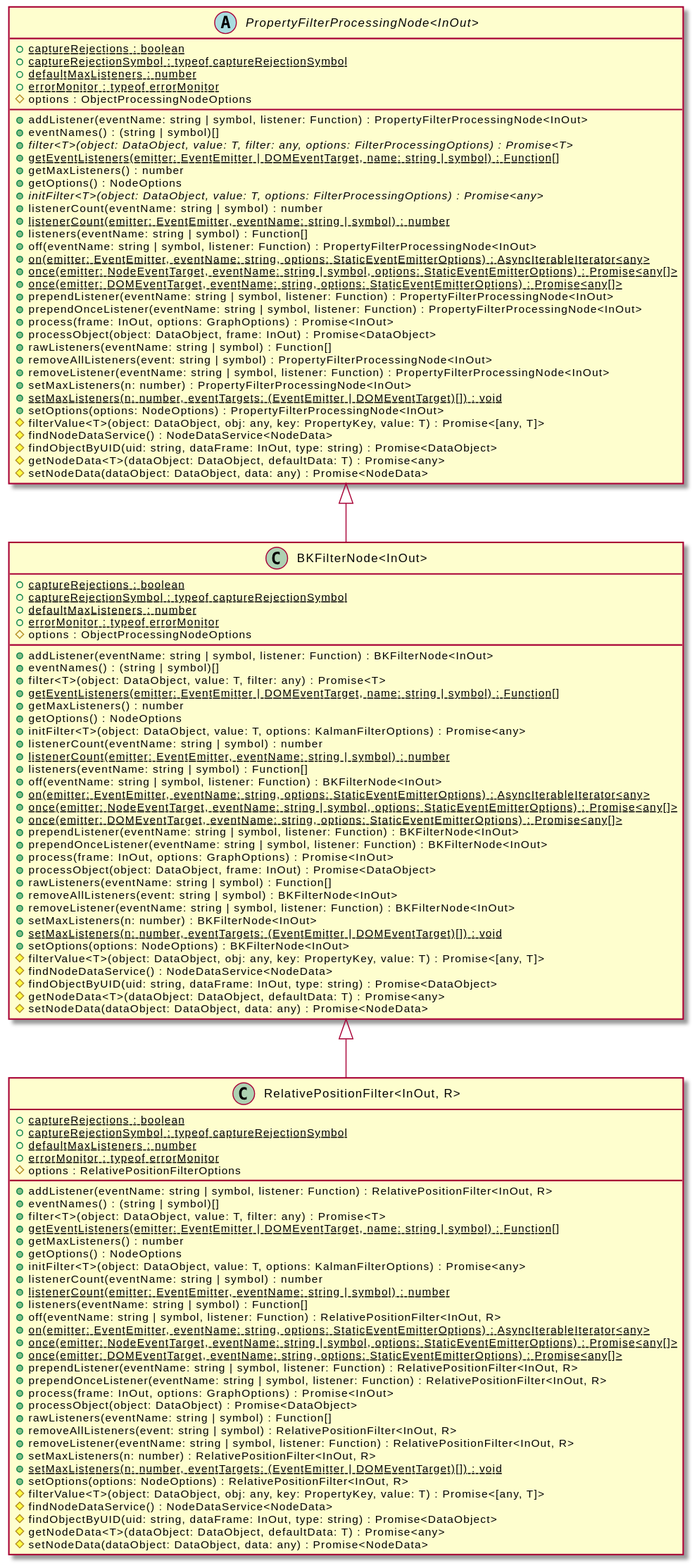
Earlier version of the PlantUML export assets/BKFilterNode-umlClassDiagram-13553.svg (OpenHPS/openhps-core). The source it was exported from:
```plantuml
@startuml
skinparam BackgroundColor transparent
hide empty methods
hide empty fields
class "BKFilterNode<InOut>" {
    {static} +captureRejections : boolean
    {static} +captureRejectionSymbol : typeof captureRejectionSymbol
    {static} +defaultMaxListeners : number
    {static} +errorMonitor : typeof errorMonitor
    #options : ObjectProcessingNodeOptions
    +addListener(eventName: string | symbol, listener: Function) : BKFilterNode<InOut>
    +eventNames() : (string | symbol)[]
    +filter<T>(object: DataObject, value: T, filter: any) : Promise<T>
    {static} +getEventListeners(emitter: EventEmitter | DOMEventTarget, name: string | symbol) : Function[]
    +getMaxListeners() : number
    +getOptions() : NodeOptions
    +initFilter<T>(object: DataObject, value: T, options: KalmanFilterOptions) : Promise<any>
    +listenerCount(eventName: string | symbol) : number
    {static} +listenerCount(emitter: EventEmitter, eventName: string | symbol) : number
    +listeners(eventName: string | symbol) : Function[]
    +off(eventName: string | symbol, listener: Function) : BKFilterNode<InOut>
    {static} +on(emitter: EventEmitter, eventName: string, options: StaticEventEmitterOptions) : AsyncIterableIterator<any>
    {static} +once(emitter: NodeEventTarget, eventName: string | symbol, options: StaticEventEmitterOptions) : Promise<any[]>
    {static} +once(emitter: DOMEventTarget, eventName: string, options: StaticEventEmitterOptions) : Promise<any[]>
    +prependListener(eventName: string | symbol, listener: Function) : BKFilterNode<InOut>
    +prependOnceListener(eventName: string | symbol, listener: Function) : BKFilterNode<InOut>
    +process(frame: InOut, options: GraphOptions) : Promise<InOut>
    +processObject(object: DataObject, frame: InOut) : Promise<DataObject>
    +rawListeners(eventName: string | symbol) : Function[]
    +removeAllListeners(event: string | symbol) : BKFilterNode<InOut>
    +removeListener(eventName: string | symbol, listener: Function) : BKFilterNode<InOut>
    +setMaxListeners(n: number) : BKFilterNode<InOut>
    {static} +setMaxListeners(n: number, eventTargets: (EventEmitter | DOMEventTarget)[]) : void
    +setOptions(options: NodeOptions) : BKFilterNode<InOut>
    #filterValue<T>(object: DataObject, obj: any, key: PropertyKey, value: T) : Promise<[any, T]>
    #findNodeDataService() : NodeDataService<NodeData>
    #findObjectByUID(uid: string, dataFrame: InOut, type: string) : Promise<DataObject>
    #getNodeData<T>(dataObject: DataObject, defaultData: T) : Promise<any>
    #setNodeData(dataObject: DataObject, data: any) : Promise<NodeData>
}
abstract class "PropertyFilterProcessingNode<InOut>" {
    {static} +captureRejections : boolean
    {static} +captureRejectionSymbol : typeof captureRejectionSymbol
    {static} +defaultMaxListeners : number
    {static} +errorMonitor : typeof errorMonitor
    #options : ObjectProcessingNodeOptions
    +addListener(eventName: string | symbol, listener: Function) : PropertyFilterProcessingNode<InOut>
    +eventNames() : (string | symbol)[]
    {abstract} +filter<T>(object: DataObject, value: T, filter: any, options: FilterProcessingOptions) : Promise<T>
    {static} +getEventListeners(emitter: EventEmitter | DOMEventTarget, name: string | symbol) : Function[]
    +getMaxListeners() : number
    +getOptions() : NodeOptions
    {abstract} +initFilter<T>(object: DataObject, value: T, options: FilterProcessingOptions) : Promise<any>
    +listenerCount(eventName: string | symbol) : number
    {static} +listenerCount(emitter: EventEmitter, eventName: string | symbol) : number
    +listeners(eventName: string | symbol) : Function[]
    +off(eventName: string | symbol, listener: Function) : PropertyFilterProcessingNode<InOut>
    {static} +on(emitter: EventEmitter, eventName: string, options: StaticEventEmitterOptions) : AsyncIterableIterator<any>
    {static} +once(emitter: NodeEventTarget, eventName: string | symbol, options: StaticEventEmitterOptions) : Promise<any[]>
    {static} +once(emitter: DOMEventTarget, eventName: string, options: StaticEventEmitterOptions) : Promise<any[]>
    +prependListener(eventName: string | symbol, listener: Function) : PropertyFilterProcessingNode<InOut>
    +prependOnceListener(eventName: string | symbol, listener: Function) : PropertyFilterProcessingNode<InOut>
    +process(frame: InOut, options: GraphOptions) : Promise<InOut>
    +processObject(object: DataObject, frame: InOut) : Promise<DataObject>
    +rawListeners(eventName: string | symbol) : Function[]
    +removeAllListeners(event: string | symbol) : PropertyFilterProcessingNode<InOut>
    +removeListener(eventName: string | symbol, listener: Function) : PropertyFilterProcessingNode<InOut>
    +setMaxListeners(n: number) : PropertyFilterProcessingNode<InOut>
    {static} +setMaxListeners(n: number, eventTargets: (EventEmitter | DOMEventTarget)[]) : void
    +setOptions(options: NodeOptions) : PropertyFilterProcessingNode<InOut>
    #filterValue<T>(object: DataObject, obj: any, key: PropertyKey, value: T) : Promise<[any, T]>
    #findNodeDataService() : NodeDataService<NodeData>
    #findObjectByUID(uid: string, dataFrame: InOut, type: string) : Promise<DataObject>
    #getNodeData<T>(dataObject: DataObject, defaultData: T) : Promise<any>
    #setNodeData(dataObject: DataObject, data: any) : Promise<NodeData>
}
"PropertyFilterProcessingNode<InOut>" <|-- "BKFilterNode<InOut>"
class "RelativePositionFilter<InOut, R>" {
    {static} +captureRejections : boolean
    {static} +captureRejectionSymbol : typeof captureRejectionSymbol
    {static} +defaultMaxListeners : number
    {static} +errorMonitor : typeof errorMonitor
    #options : RelativePositionFilterOptions
    +addListener(eventName: string | symbol, listener: Function) : RelativePositionFilter<InOut, R>
    +eventNames() : (string | symbol)[]
    +filter<T>(object: DataObject, value: T, filter: any) : Promise<T>
    {static} +getEventListeners(emitter: EventEmitter | DOMEventTarget, name: string | symbol) : Function[]
    +getMaxListeners() : number
    +getOptions() : NodeOptions
    +initFilter<T>(object: DataObject, value: T, options: KalmanFilterOptions) : Promise<any>
    +listenerCount(eventName: string | symbol) : number
    {static} +listenerCount(emitter: EventEmitter, eventName: string | symbol) : number
    +listeners(eventName: string | symbol) : Function[]
    +off(eventName: string | symbol, listener: Function) : RelativePositionFilter<InOut, R>
    {static} +on(emitter: EventEmitter, eventName: string, options: StaticEventEmitterOptions) : AsyncIterableIterator<any>
    {static} +once(emitter: NodeEventTarget, eventName: string | symbol, options: StaticEventEmitterOptions) : Promise<any[]>
    {static} +once(emitter: DOMEventTarget, eventName: string, options: StaticEventEmitterOptions) : Promise<any[]>
    +prependListener(eventName: string | symbol, listener: Function) : RelativePositionFilter<InOut, R>
    +prependOnceListener(eventName: string | symbol, listener: Function) : RelativePositionFilter<InOut, R>
    +process(frame: InOut, options: GraphOptions) : Promise<InOut>
    +processObject(object: DataObject) : Promise<DataObject>
    +rawListeners(eventName: string | symbol) : Function[]
    +removeAllListeners(event: string | symbol) : RelativePositionFilter<InOut, R>
    +removeListener(eventName: string | symbol, listener: Function) : RelativePositionFilter<InOut, R>
    +setMaxListeners(n: number) : RelativePositionFilter<InOut, R>
    {static} +setMaxListeners(n: number, eventTargets: (EventEmitter | DOMEventTarget)[]) : void
    +setOptions(options: NodeOptions) : RelativePositionFilter<InOut, R>
    #filterValue<T>(object: DataObject, obj: any, key: PropertyKey, value: T) : Promise<[any, T]>
    #findNodeDataService() : NodeDataService<NodeData>
    #findObjectByUID(uid: string, dataFrame: InOut, type: string) : Promise<DataObject>
    #getNodeData<T>(dataObject: DataObject, defaultData: T) : Promise<any>
    #setNodeData(dataObject: DataObject, data: any) : Promise<NodeData>
}
"BKFilterNode<InOut>" <|-- "RelativePositionFilter<InOut, R>"
@enduml
```
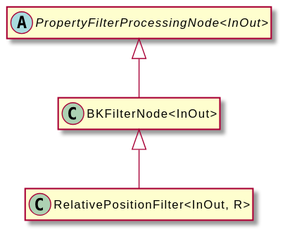
Later version of the same file.

What changed in the source:
```diff
@@ -3,113 +3,11 @@
 hide empty methods
 hide empty fields
 class "BKFilterNode<InOut>" {
-    {static} +captureRejections : boolean
-    {static} +captureRejectionSymbol : typeof captureRejectionSymbol
-    {static} +defaultMaxListeners : number
-    {static} +errorMonitor : typeof errorMonitor
-    #options : ObjectProcessingNodeOptions
-    +addListener(eventName: string | symbol, listener: Function) : BKFilterNode<InOut>
-    +eventNames() : (string | symbol)[]
-    +filter<T>(object: DataObject, value: T, filter: any) : Promise<T>
-    {static} +getEventListeners(emitter: EventEmitter | DOMEventTarget, name: string | symbol) : Function[]
-    +getMaxListeners() : number
-    +getOptions() : NodeOptions
-    +initFilter<T>(object: DataObject, value: T, options: KalmanFilterOptions) : Promise<any>
-    +listenerCount(eventName: string | symbol) : number
-    {static} +listenerCount(emitter: EventEmitter, eventName: string | symbol) : number
-    +listeners(eventName: string | symbol) : Function[]
-    +off(eventName: string | symbol, listener: Function) : BKFilterNode<InOut>
-    {static} +on(emitter: EventEmitter, eventName: string, options: StaticEventEmitterOptions) : AsyncIterableIterator<any>
-    {static} +once(emitter: NodeEventTarget, eventName: string | symbol, options: StaticEventEmitterOptions) : Promise<any[]>
-    {static} +once(emitter: DOMEventTarget, eventName: string, options: StaticEventEmitterOptions) : Promise<any[]>
-    +prependListener(eventName: string | symbol, listener: Function) : BKFilterNode<InOut>
-    +prependOnceListener(eventName: string | symbol, listener: Function) : BKFilterNode<InOut>
-    +process(frame: InOut, options: GraphOptions) : Promise<InOut>
-    +processObject(object: DataObject, frame: InOut) : Promise<DataObject>
-    +rawListeners(eventName: string | symbol) : Function[]
-    +removeAllListeners(event: string | symbol) : BKFilterNode<InOut>
-    +removeListener(eventName: string | symbol, listener: Function) : BKFilterNode<InOut>
-    +setMaxListeners(n: number) : BKFilterNode<InOut>
-    {static} +setMaxListeners(n: number, eventTargets: (EventEmitter | DOMEventTarget)[]) : void
-    +setOptions(options: NodeOptions) : BKFilterNode<InOut>
-    #filterValue<T>(object: DataObject, obj: any, key: PropertyKey, value: T) : Promise<[any, T]>
-    #findNodeDataService() : NodeDataService<NodeData>
-    #findObjectByUID(uid: string, dataFrame: InOut, type: string) : Promise<DataObject>
-    #getNodeData<T>(dataObject: DataObject, defaultData: T) : Promise<any>
-    #setNodeData(dataObject: DataObject, data: any) : Promise<NodeData>
 }
 abstract class "PropertyFilterProcessingNode<InOut>" {
-    {static} +captureRejections : boolean
-    {static} +captureRejectionSymbol : typeof captureRejectionSymbol
-    {static} +defaultMaxListeners : number
-    {static} +errorMonitor : typeof errorMonitor
-    #options : ObjectProcessingNodeOptions
-    +addListener(eventName: string | symbol, listener: Function) : PropertyFilterProcessingNode<InOut>
-    +eventNames() : (string | symbol)[]
-    {abstract} +filter<T>(object: DataObject, value: T, filter: any, options: FilterProcessingOptions) : Promise<T>
-    {static} +getEventListeners(emitter: EventEmitter | DOMEventTarget, name: string | symbol) : Function[]
-    +getMaxListeners() : number
-    +getOptions() : NodeOptions
-    {abstract} +initFilter<T>(object: DataObject, value: T, options: FilterProcessingOptions) : Promise<any>
-    +listenerCount(eventName: string | symbol) : number
-    {static} +listenerCount(emitter: EventEmitter, eventName: string | symbol) : number
-    +listeners(eventName: string | symbol) : Function[]
-    +off(eventName: string | symbol, listener: Function) : PropertyFilterProcessingNode<InOut>
-    {static} +on(emitter: EventEmitter, eventName: string, options: StaticEventEmitterOptions) : AsyncIterableIterator<any>
-    {static} +once(emitter: NodeEventTarget, eventName: string | symbol, options: StaticEventEmitterOptions) : Promise<any[]>
-    {static} +once(emitter: DOMEventTarget, eventName: string, options: StaticEventEmitterOptions) : Promise<any[]>
-    +prependListener(eventName: string | symbol, listener: Function) : PropertyFilterProcessingNode<InOut>
-    +prependOnceListener(eventName: string | symbol, listener: Function) : PropertyFilterProcessingNode<InOut>
-    +process(frame: InOut, options: GraphOptions) : Promise<InOut>
-    +processObject(object: DataObject, frame: InOut) : Promise<DataObject>
-    +rawListeners(eventName: string | symbol) : Function[]
-    +removeAllListeners(event: string | symbol) : PropertyFilterProcessingNode<InOut>
-    +removeListener(eventName: string | symbol, listener: Function) : PropertyFilterProcessingNode<InOut>
-    +setMaxListeners(n: number) : PropertyFilterProcessingNode<InOut>
-    {static} +setMaxListeners(n: number, eventTargets: (EventEmitter | DOMEventTarget)[]) : void
-    +setOptions(options: NodeOptions) : PropertyFilterProcessingNode<InOut>
-    #filterValue<T>(object: DataObject, obj: any, key: PropertyKey, value: T) : Promise<[any, T]>
-    #findNodeDataService() : NodeDataService<NodeData>
-    #findObjectByUID(uid: string, dataFrame: InOut, type: string) : Promise<DataObject>
-    #getNodeData<T>(dataObject: DataObject, defaultData: T) : Promise<any>
-    #setNodeData(dataObject: DataObject, data: any) : Promise<NodeData>
 }
 "PropertyFilterProcessingNode<InOut>" <|-- "BKFilterNode<InOut>"
 class "RelativePositionFilter<InOut, R>" {
-    {static} +captureRejections : boolean
-    {static} +captureRejectionSymbol : typeof captureRejectionSymbol
-    {static} +defaultMaxListeners : number
-    {static} +errorMonitor : typeof errorMonitor
-    #options : RelativePositionFilterOptions
-    +addListener(eventName: string | symbol, listener: Function) : RelativePositionFilter<InOut, R>
-    +eventNames() : (string | symbol)[]
-    +filter<T>(object: DataObject, value: T, filter: any) : Promise<T>
-    {static} +getEventListeners(emitter: EventEmitter | DOMEventTarget, name: string | symbol) : Function[]
-    +getMaxListeners() : number
-    +getOptions() : NodeOptions
-    +initFilter<T>(object: DataObject, value: T, options: KalmanFilterOptions) : Promise<any>
-    +listenerCount(eventName: string | symbol) : number
-    {static} +listenerCount(emitter: EventEmitter, eventName: string | symbol) : number
-    +listeners(eventName: string | symbol) : Function[]
-    +off(eventName: string | symbol, listener: Function) : RelativePositionFilter<InOut, R>
-    {static} +on(emitter: EventEmitter, eventName: string, options: StaticEventEmitterOptions) : AsyncIterableIterator<any>
-    {static} +once(emitter: NodeEventTarget, eventName: string | symbol, options: StaticEventEmitterOptions) : Promise<any[]>
-    {static} +once(emitter: DOMEventTarget, eventName: string, options: StaticEventEmitterOptions) : Promise<any[]>
-    +prependListener(eventName: string | symbol, listener: Function) : RelativePositionFilter<InOut, R>
-    +prependOnceListener(eventName: string | symbol, listener: Function) : RelativePositionFilter<InOut, R>
-    +process(frame: InOut, options: GraphOptions) : Promise<InOut>
-    +processObject(object: DataObject) : Promise<DataObject>
-    +rawListeners(eventName: string | symbol) : Function[]
-    +removeAllListeners(event: string | symbol) : RelativePositionFilter<InOut, R>
-    +removeListener(eventName: string | symbol, listener: Function) : RelativePositionFilter<InOut, R>
-    +setMaxListeners(n: number) : RelativePositionFilter<InOut, R>
-    {static} +setMaxListeners(n: number, eventTargets: (EventEmitter | DOMEventTarget)[]) : void
-    +setOptions(options: NodeOptions) : RelativePositionFilter<InOut, R>
-    #filterValue<T>(object: DataObject, obj: any, key: PropertyKey, value: T) : Promise<[any, T]>
-    #findNodeDataService() : NodeDataService<NodeData>
-    #findObjectByUID(uid: string, dataFrame: InOut, type: string) : Promise<DataObject>
-    #getNodeData<T>(dataObject: DataObject, defaultData: T) : Promise<any>
-    #setNodeData(dataObject: DataObject, data: any) : Promise<NodeData>
 }
 "BKFilterNode<InOut>" <|-- "RelativePositionFilter<InOut, R>"
 @enduml
```
